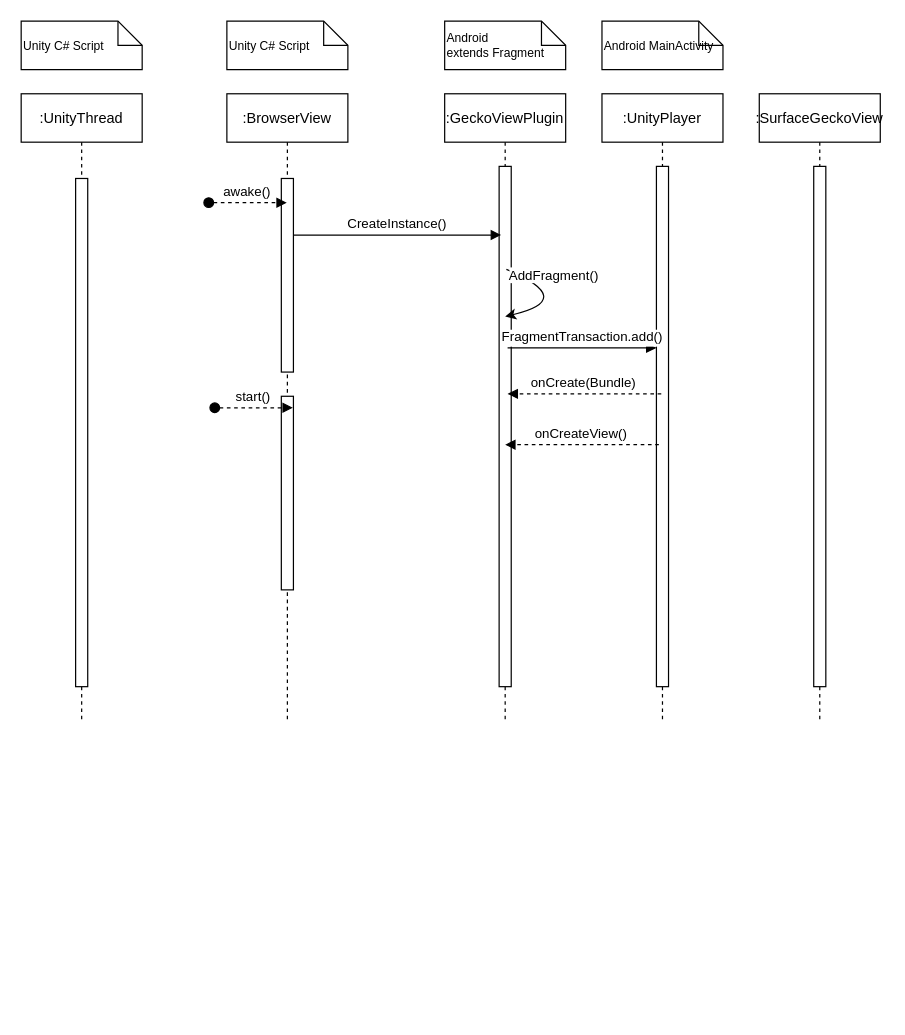
xrchisense/xrevent-broadcaster-unity keeps this draw.io diagram as Documentation/Diagrams/DrawIo/SeqDiag_UnityGeckoView.drawio. Above is the earlier version. Source tidied: cells renumbered, new cells numbered last; positions are measured from the earlier drawing's top-left corner, leaving out a move shared by most shapes. Both pictures are drawn from the tidied source at 121%, with x=0, y=0 at pixel (21, 21).
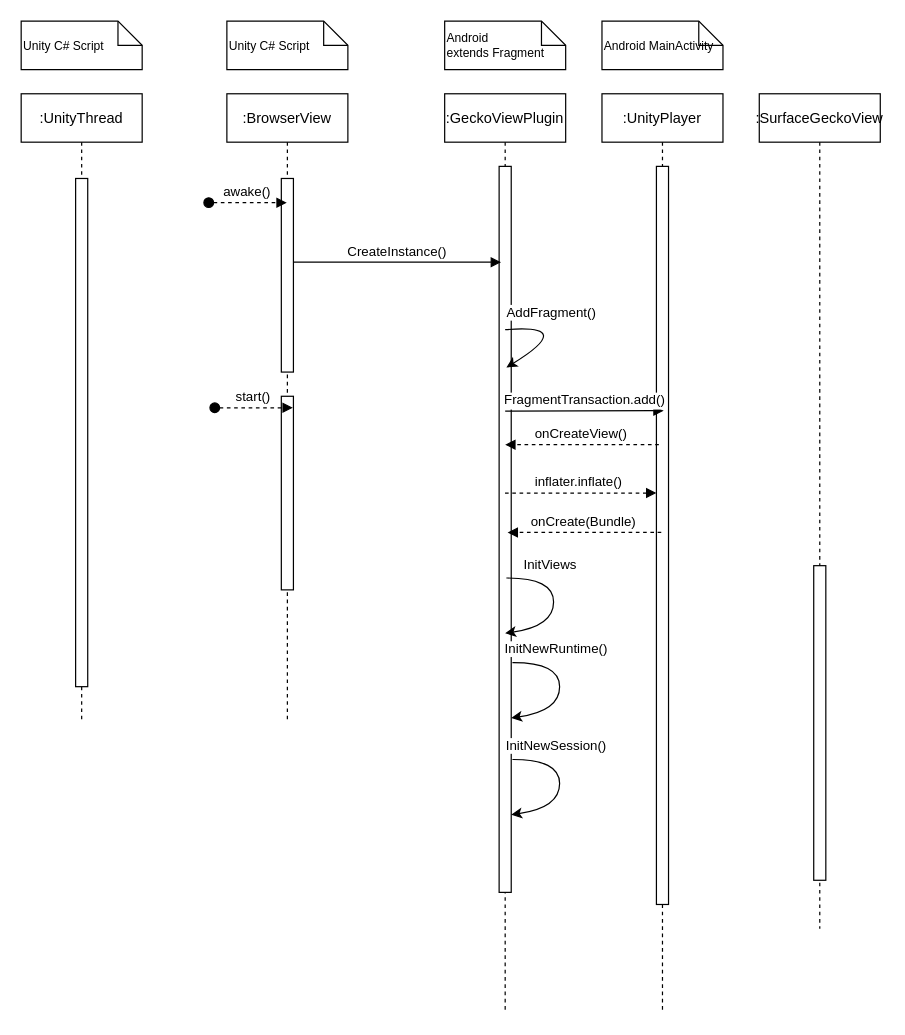
The same diagram, later.

Change to the diagram source:
```diff
@@
     <mxCell id="7" value=":GeckoViewPlugin" style="shape=umlLifeline;perimeter=lifelinePerimeter;rounded=0;shadow=0;strokeWidth=1;" parent="1" vertex="1">
-      <mxGeometry x="350" y="60" width="100" height="520" as="geometry" />
+      <mxGeometry x="350" y="60" width="100" height="760" as="geometry" />
     </mxCell>
     <mxCell id="8" style="points=[];perimeter=orthogonalPerimeter;rounded=0;shadow=0;strokeWidth=1;" parent="7" vertex="1">
-      <mxGeometry x="45" y="60" width="10" height="430" as="geometry" />
+      <mxGeometry x="45" y="60" width="10" height="600" as="geometry" />
     </mxCell>
+    <mxCell id="24" value="InitViews" style="curved=1;endArrow=classic;html=1;rounded=0;exitX=0.6;exitY=0.567;exitDx=0;exitDy=0;exitPerimeter=0;entryX=0.5;entryY=0.643;entryDx=0;entryDy=0;entryPerimeter=0;" parent="7" edge="1" source="8" target="8">
+      <mxGeometry x="-0.4" y="11" relative="1" as="geometry">
+        <Array as="points">
+          <mxPoint x="90" y="400" />
+          <mxPoint x="90" y="440" />
+        </Array>
+      </mxGeometry>
+    </mxCell>
+    <mxCell id="22" value="AddFragment()" style="curved=1;endArrow=classic;html=1;rounded=0;exitX=0.5;exitY=0.225;exitDx=0;exitDy=0;exitPerimeter=0;entryX=0.6;entryY=0.277;entryDx=0;entryDy=0;entryPerimeter=0;" parent="7" edge="1" source="8" target="8">
+      <mxGeometry x="-0.4" y="11" relative="1" as="geometry">
+        <Array as="points">
+          <mxPoint x="110" y="190" />
+        </Array>
+      </mxGeometry>
+    </mxCell>
+    <mxCell id="25" value="InitNewRuntime()" style="curved=1;endArrow=classic;html=1;rounded=0;exitX=0.6;exitY=0.567;exitDx=0;exitDy=0;exitPerimeter=0;entryX=0.5;entryY=0.643;entryDx=0;entryDy=0;entryPerimeter=0;" parent="7" edge="1">
+      <mxGeometry x="-0.4" y="11" relative="1" as="geometry">
+        <mxPoint x="56" y="470.2" as="sourcePoint" />
+        <mxPoint x="55" y="515.8" as="targetPoint" />
+        <Array as="points">
+          <mxPoint x="95" y="470" />
+          <mxPoint x="95" y="510" />
+        </Array>
+      </mxGeometry>
+    </mxCell>
+    <mxCell id="26" value="InitNewSession()" style="curved=1;endArrow=classic;html=1;rounded=0;exitX=0.6;exitY=0.567;exitDx=0;exitDy=0;exitPerimeter=0;entryX=0.5;entryY=0.643;entryDx=0;entryDy=0;entryPerimeter=0;" parent="7" edge="1">
+      <mxGeometry x="-0.4" y="11" relative="1" as="geometry">
+        <mxPoint x="56" y="550.2" as="sourcePoint" />
+        <mxPoint x="55" y="595.8" as="targetPoint" />
+        <Array as="points">
+          <mxPoint x="95" y="550" />
+          <mxPoint x="95" y="590" />
+        </Array>
+      </mxGeometry>
+    </mxCell>
@@
     <mxCell id="10" value=":SurfaceGeckoView" style="shape=umlLifeline;perimeter=lifelinePerimeter;rounded=0;shadow=0;strokeWidth=1;" parent="1" vertex="1">
-      <mxGeometry x="610" y="60" width="100" height="520" as="geometry" />
+      <mxGeometry x="610" y="60" width="100" height="690" as="geometry" />
     </mxCell>
     <mxCell id="11" style="perimeter=orthogonalPerimeter;rounded=0;shadow=0;strokeWidth=1;" parent="10" vertex="1">
-      <mxGeometry x="45" y="60" width="10" height="430" as="geometry" />
+      <mxGeometry x="45" y="390" width="10" height="260" as="geometry" />
     </mxCell>
@@
     <mxCell id="17" value=":UnityPlayer" style="shape=umlLifeline;perimeter=lifelinePerimeter;rounded=0;shadow=0;strokeWidth=1;" parent="1" vertex="1">
-      <mxGeometry x="480" y="60" width="100" height="520" as="geometry" />
+      <mxGeometry x="480" y="60" width="100" height="760" as="geometry" />
     </mxCell>
     <mxCell id="18" style="points=[];perimeter=orthogonalPerimeter;rounded=0;shadow=0;strokeWidth=1;" parent="17" vertex="1">
-      <mxGeometry x="45" y="60" width="10" height="430" as="geometry" />
+      <mxGeometry x="45" y="60" width="10" height="610" as="geometry" />
     </mxCell>
+    <mxCell id="20" value="onCreateView()" style="verticalAlign=bottom;endArrow=block;shadow=0;strokeWidth=1;exitX=0.49;exitY=0.477;exitDx=0;exitDy=0;exitPerimeter=0;entryX=0.52;entryY=0.477;entryDx=0;entryDy=0;entryPerimeter=0;dashed=1;" parent="17" edge="1">
+      <mxGeometry relative="1" as="geometry">
+        <mxPoint x="47" y="290" as="sourcePoint" />
+        <mxPoint x="-80" y="290" as="targetPoint" />
+      </mxGeometry>
+    </mxCell>
+    <mxCell id="27" value="inflater.inflate()" style="verticalAlign=bottom;endArrow=none;shadow=0;strokeWidth=1;exitX=0.49;exitY=0.477;exitDx=0;exitDy=0;exitPerimeter=0;entryX=0.52;entryY=0.477;entryDx=0;entryDy=0;entryPerimeter=0;dashed=1;startArrow=block;startFill=1;endFill=0;" parent="17" edge="1">
+      <mxGeometry relative="1" as="geometry">
+        <mxPoint x="45" y="330" as="sourcePoint" />
+        <mxPoint x="-82" y="330" as="targetPoint" />
+      </mxGeometry>
+    </mxCell>
+    <mxCell id="21" value="Android MainActivity" style="shape=note;size=20;whiteSpace=wrap;html=1;align=left;fontSize=10;" parent="1" vertex="1">
+      <mxGeometry x="480" width="100" height="40" as="geometry" />
+    </mxCell>
+    <mxCell id="23" value="onCreate(Bundle)" style="verticalAlign=bottom;endArrow=block;shadow=0;strokeWidth=1;exitX=0.49;exitY=0.477;exitDx=0;exitDy=0;exitPerimeter=0;entryX=0.52;entryY=0.477;entryDx=0;entryDy=0;entryPerimeter=0;dashed=1;" parent="1" edge="1" source="17" target="7">
+      <mxGeometry relative="1" as="geometry" />
+    </mxCell>
-    <mxCell id="19" value="FragmentTransaction.add()" style="verticalAlign=bottom;endArrow=block;shadow=0;strokeWidth=1;exitX=0.52;exitY=0.404;exitDx=0;exitDy=0;exitPerimeter=0;" parent="17" edge="1" source="7">
-      <mxGeometry relative="1" as="geometry">
-        <mxPoint x="45" y="210" as="targetPoint" />
-      </mxGeometry>
+    <mxCell id="19" value="FragmentTransaction.add()" style="verticalAlign=bottom;endArrow=block;shadow=0;strokeWidth=1;exitX=0.5;exitY=0.337;exitDx=0;exitDy=0;exitPerimeter=0;entryX=0.6;entryY=0.331;entryDx=0;entryDy=0;entryPerimeter=0;" parent="1" edge="1" source="8" target="18">
+      <mxGeometry relative="1" as="geometry" />
     </mxCell>
-    <mxCell id="20" value="onCreateView()" style="verticalAlign=bottom;endArrow=block;shadow=0;strokeWidth=1;exitX=0.49;exitY=0.477;exitDx=0;exitDy=0;exitPerimeter=0;entryX=0.52;entryY=0.477;entryDx=0;entryDy=0;entryPerimeter=0;dashed=1;" parent="17" edge="1">
-      <mxGeometry relative="1" as="geometry">
-        <mxPoint x="47" y="290" as="sourcePoint" />
-        <mxPoint x="-80" y="290" as="targetPoint" />
-      </mxGeometry>
-    </mxCell>
-    <mxCell id="21" value="Android MainActivity" style="shape=note;size=20;whiteSpace=wrap;html=1;align=left;fontSize=10;" parent="1" vertex="1">
-      <mxGeometry x="480" width="100" height="40" as="geometry" />
-    </mxCell>
-    <mxCell id="22" value="AddFragment()" style="curved=1;endArrow=classic;html=1;rounded=0;exitX=0.51;exitY=0.279;exitDx=0;exitDy=0;exitPerimeter=0;entryX=0.5;entryY=0.354;entryDx=0;entryDy=0;entryPerimeter=0;" parent="1" edge="1" source="7" target="7">
-      <mxGeometry x="-0.4" y="11" relative="1" as="geometry">
-        <Array as="points">
-          <mxPoint x="460" y="230" />
-        </Array>
-      </mxGeometry>
-    </mxCell>
-    <mxCell id="23" value="onCreate(Bundle)" style="verticalAlign=bottom;endArrow=block;shadow=0;strokeWidth=1;exitX=0.49;exitY=0.477;exitDx=0;exitDy=0;exitPerimeter=0;entryX=0.52;entryY=0.477;entryDx=0;entryDy=0;entryPerimeter=0;dashed=1;" parent="1" edge="1" source="17" target="7">
-      <mxGeometry relative="1" as="geometry" />
-    </mxCell>
```
